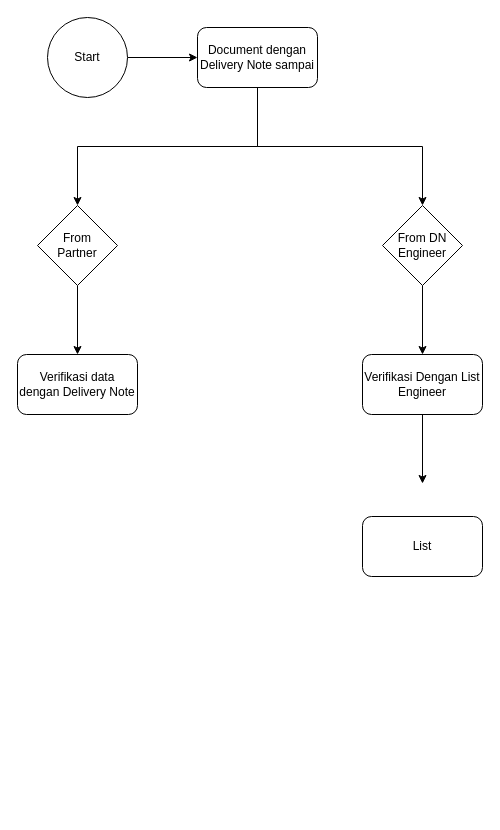
Before: page "Page-2" (2 of 2) of FLOW ADMIN.drawio in abasworm/mindmaping, a draw.io diagram. Source tidied: cells renumbered, new cells numbered last; positions are measured from the earlier drawing's top-left corner, leaving out a move shared by most shapes. Both pictures are drawn from the tidied source at 100%, with x=0, y=0 at pixel (17, 17).
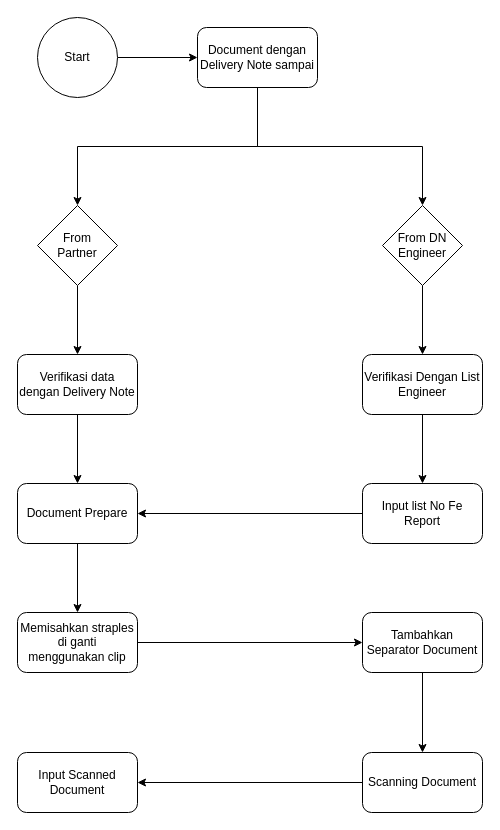
Above is the later version.

The change refers to these unchanged cells:
```xml
<mxCell id="13" value="Verifikasi data dengan Delivery Note" style="rounded=1;whiteSpace=wrap;html=1;" parent="1" vertex="1">
  <mxGeometry y="337" width="120" height="60" as="geometry" />
</mxCell>
```

Diff of the diagram source:
```diff
@@
     <mxCell id="3" value="Start" style="ellipse;whiteSpace=wrap;html=1;" parent="1" vertex="1">
-      <mxGeometry x="30" width="80" height="80" as="geometry" />
+      <mxGeometry x="20" width="80" height="80" as="geometry" />
     </mxCell>
@@
+    <mxCell id="15" style="edgeStyle=orthogonalEdgeStyle;rounded=0;jettySize=auto;html=1;" parent="1" edge="1" source="13" target="18">
+      <mxGeometry relative="1" as="geometry" />
+    </mxCell>
@@
+    <mxCell id="16" style="edgeStyle=orthogonalEdgeStyle;rounded=0;jettySize=auto;html=1;" parent="1" edge="1" source="14" target="18">
+      <mxGeometry relative="1" as="geometry" />
+    </mxCell>
-    <mxCell id="14" value="List" style="rounded=1;whiteSpace=wrap;html=1;" parent="1" vertex="1">
-      <mxGeometry x="345" y="499" width="120" height="60" as="geometry" />
+    <mxCell id="14" value="Input list No Fe Report" style="rounded=1;whiteSpace=wrap;html=1;" parent="1" vertex="1">
+      <mxGeometry x="345" y="466" width="120" height="60" as="geometry" />
     </mxCell>
+    <mxCell id="17" style="edgeStyle=orthogonalEdgeStyle;rounded=0;jettySize=auto;html=1;" parent="1" edge="1" source="18" target="20">
+      <mxGeometry relative="1" as="geometry" />
+    </mxCell>
+    <mxCell id="18" value="Document Prepare" style="whiteSpace=wrap;html=1;rounded=1;" parent="1" vertex="1">
+      <mxGeometry y="466" width="120" height="60" as="geometry" />
+    </mxCell>
+    <mxCell id="19" style="edgeStyle=orthogonalEdgeStyle;rounded=0;jettySize=auto;html=1;" parent="1" edge="1" source="20" target="22">
+      <mxGeometry relative="1" as="geometry" />
+    </mxCell>
+    <mxCell id="20" value="Memisahkan straples di ganti menggunakan clip" style="whiteSpace=wrap;html=1;rounded=1;" parent="1" vertex="1">
+      <mxGeometry y="595" width="120" height="60" as="geometry" />
+    </mxCell>
+    <mxCell id="21" style="edgeStyle=orthogonalEdgeStyle;rounded=0;jettySize=auto;html=1;" parent="1" edge="1" source="22" target="24">
+      <mxGeometry relative="1" as="geometry" />
+    </mxCell>
+    <mxCell id="22" value="Tambahkan Separator Document" style="whiteSpace=wrap;html=1;rounded=1;" parent="1" vertex="1">
+      <mxGeometry x="345" y="595" width="120" height="60" as="geometry" />
+    </mxCell>
+    <mxCell id="23" style="edgeStyle=orthogonalEdgeStyle;rounded=0;jettySize=auto;html=1;" parent="1" edge="1" source="24" target="25">
+      <mxGeometry relative="1" as="geometry" />
+    </mxCell>
+    <mxCell id="24" value="Scanning Document" style="whiteSpace=wrap;html=1;rounded=1;" parent="1" vertex="1">
+      <mxGeometry x="345" y="735" width="120" height="60" as="geometry" />
+    </mxCell>
+    <mxCell id="25" value="Input Scanned Document" style="whiteSpace=wrap;html=1;rounded=1;" parent="1" vertex="1">
+      <mxGeometry y="735" width="120" height="60" as="geometry" />
+    </mxCell>
```
